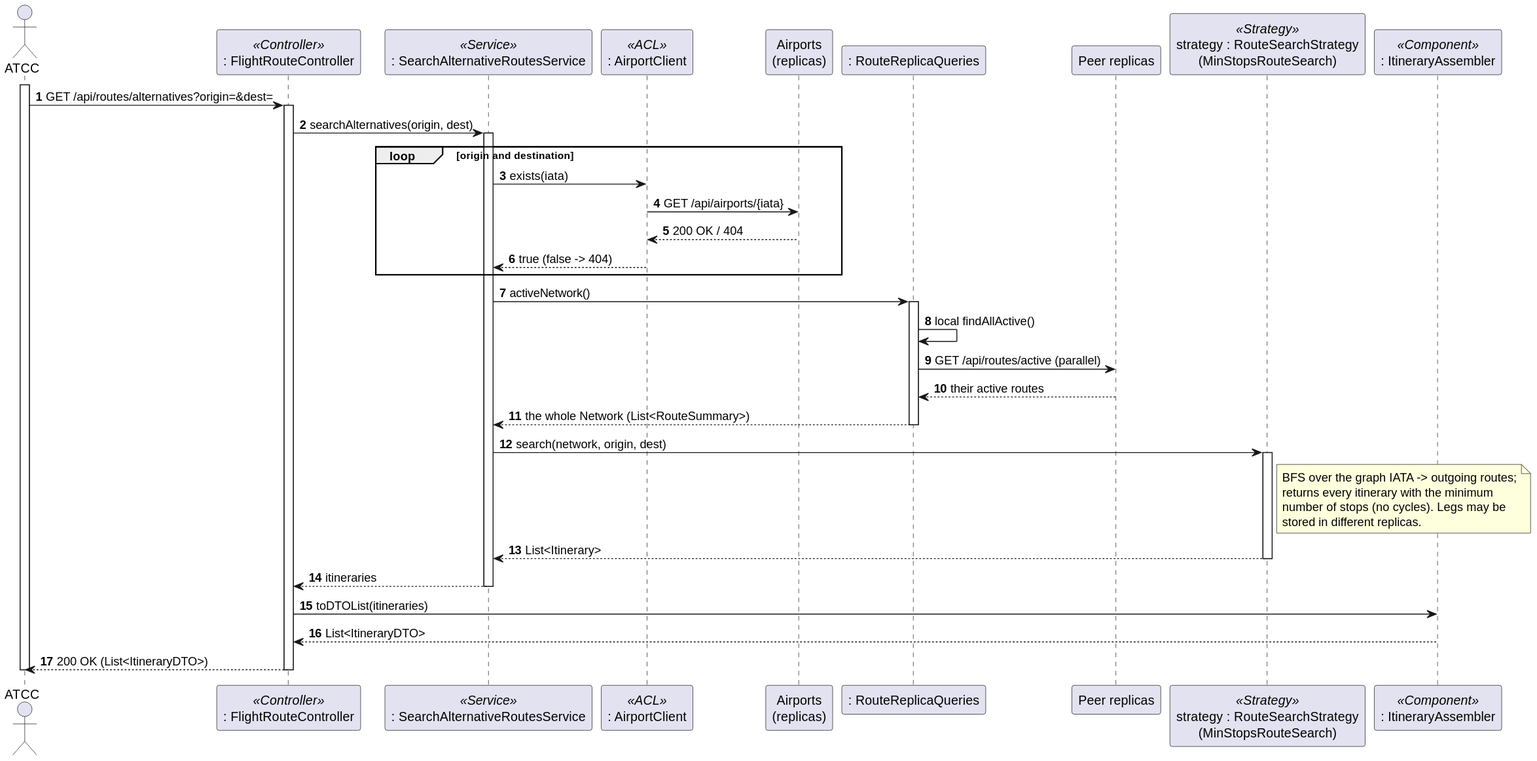
The PlantUML diagram docs/5-scenarios/flightroutes/svg/FlightRoutes-SD-AlternativeRoutes.svg in caetanotiago/Project_SIDIS, before a commit.
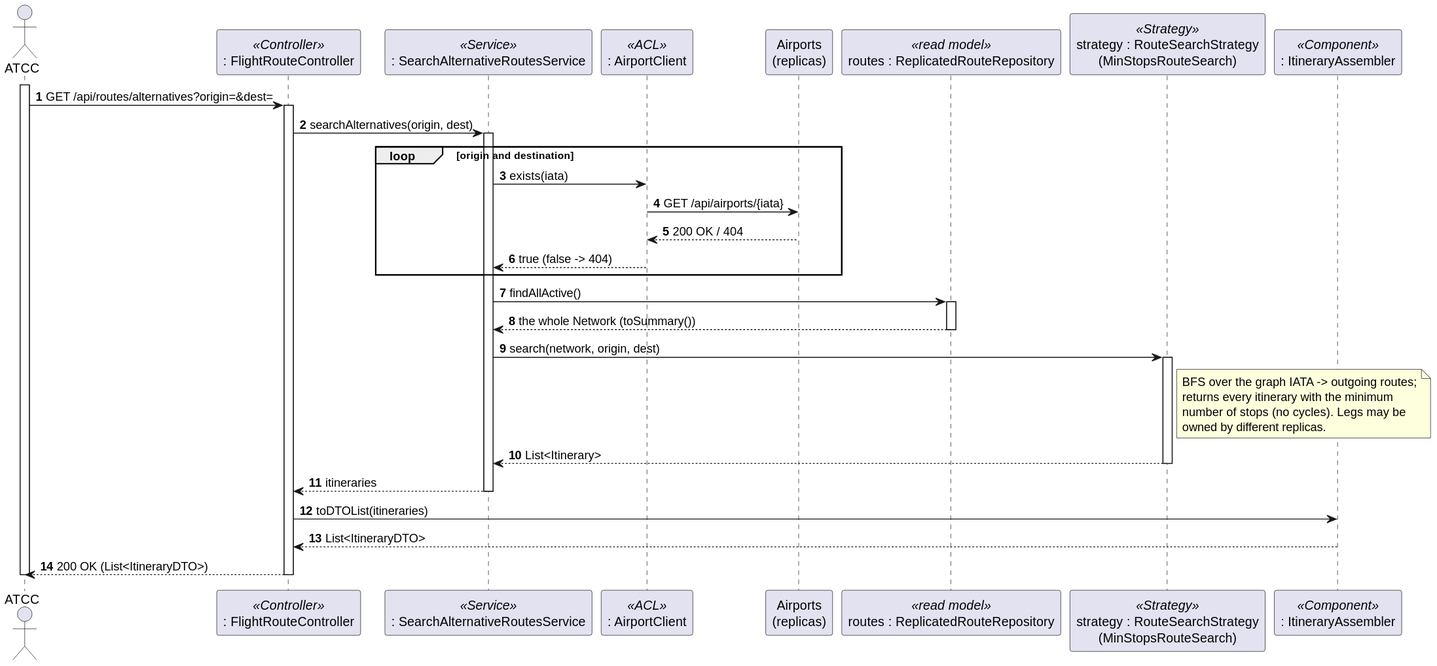
After the change.

Diff of the diagram source:
```diff
@@ -6,8 +6,8 @@
 participant ": SearchAlternativeRoutesService" as Service <<Service>>
 participant ": AirportClient" as ApClient <<ACL>>
 participant "Airports\n(replicas)" as AP
-participant ": RouteReplicaQueries" as Routes
-participant "Peer replicas" as Peers
+participant "routes : ReplicatedRouteRepository" as Routes <<read model>>
+
 participant "strategy : RouteSearchStrategy\n(MinStopsRouteSearch)" as Strategy <<Strategy>>
 participant ": ItineraryAssembler" as Assembler <<Component>>
 
@@ -24,12 +24,9 @@
     ApClient --> Service : true (false -> 404)
 end
 
-Service -> Routes : activeNetwork()
+Service -> Routes : findAllActive()
 activate Routes
-Routes -> Routes : local findAllActive()
-Routes -> Peers : GET /api/routes/active (parallel)
-Peers --> Routes : their active routes
-Routes --> Service : the whole Network (List<RouteSummary>)
+Routes --> Service : the whole Network (toSummary())
 deactivate Routes
 
 Service -> Strategy : search(network, origin, dest)
@@ -38,7 +35,7 @@
   BFS over the graph IATA -> outgoing routes;
   returns every itinerary with the minimum
   number of stops (no cycles). Legs may be
-  stored in different replicas.
+  owned by different replicas.
 end note
 Strategy --> Service : List<Itinerary>
 deactivate Strategy
```
